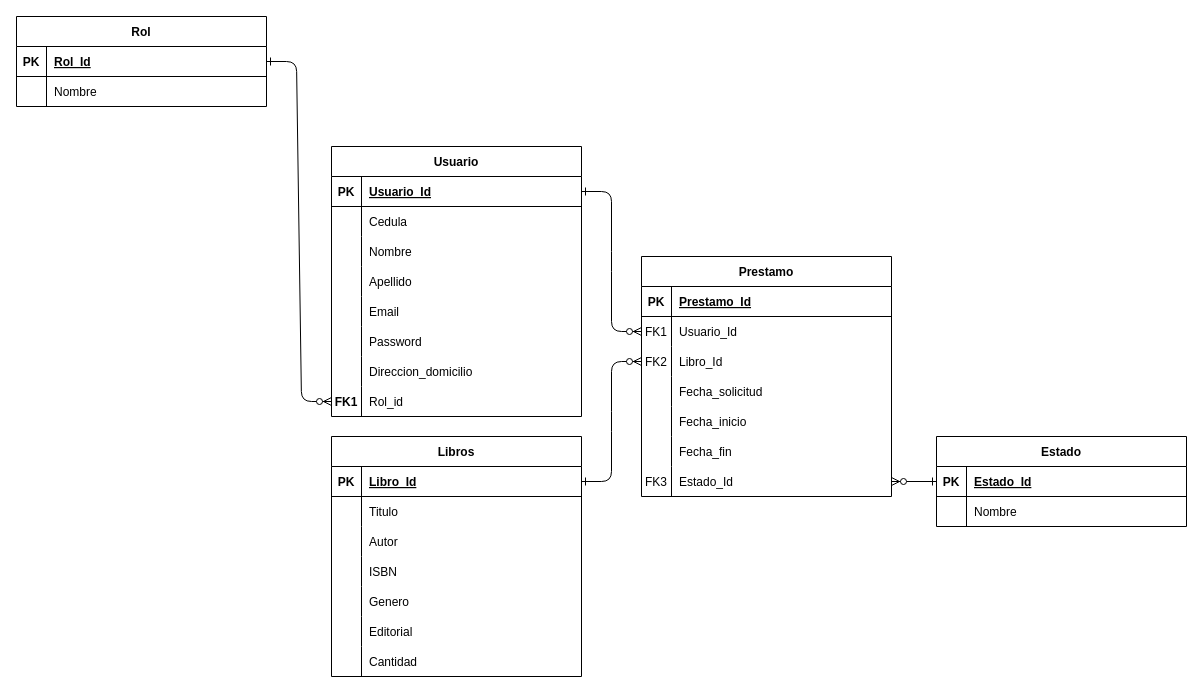
Earlier version of the draw.io diagram Docs/Diagramas/DiagramaEntidadRelacionBD.drawio (DoggerThe/SistemaBiblioteca). Source tidied: cells renumbered, new cells numbered last; positions are measured from the earlier drawing's top-left corner, leaving out a move shared by most shapes. Both pictures are drawn from the tidied source at 100%, with x=0, y=0 at pixel (16, 16).
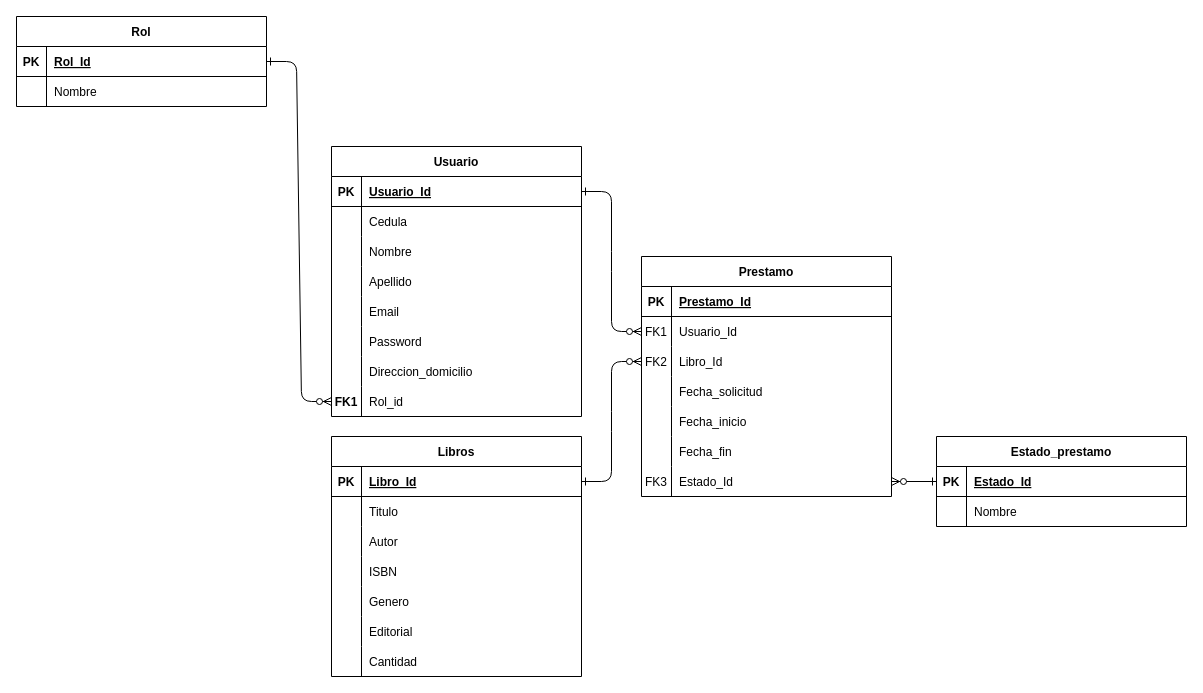
After the change.

The edit, as a diff of the source:
```diff
@@
-    <mxCell id="81" value="Estado" style="shape=table;startSize=30;childLayout=tableLayout;rowLines=0;fontStyle=1;align=center;" parent="1" vertex="1">
+    <mxCell id="81" value="Estado_prestamo" style="shape=table;startSize=30;childLayout=tableLayout;rowLines=0;fontStyle=1;align=center;" parent="1" vertex="1">
       <mxGeometry x="920" y="420" width="250" height="90" as="geometry" />
     </mxCell>
```
